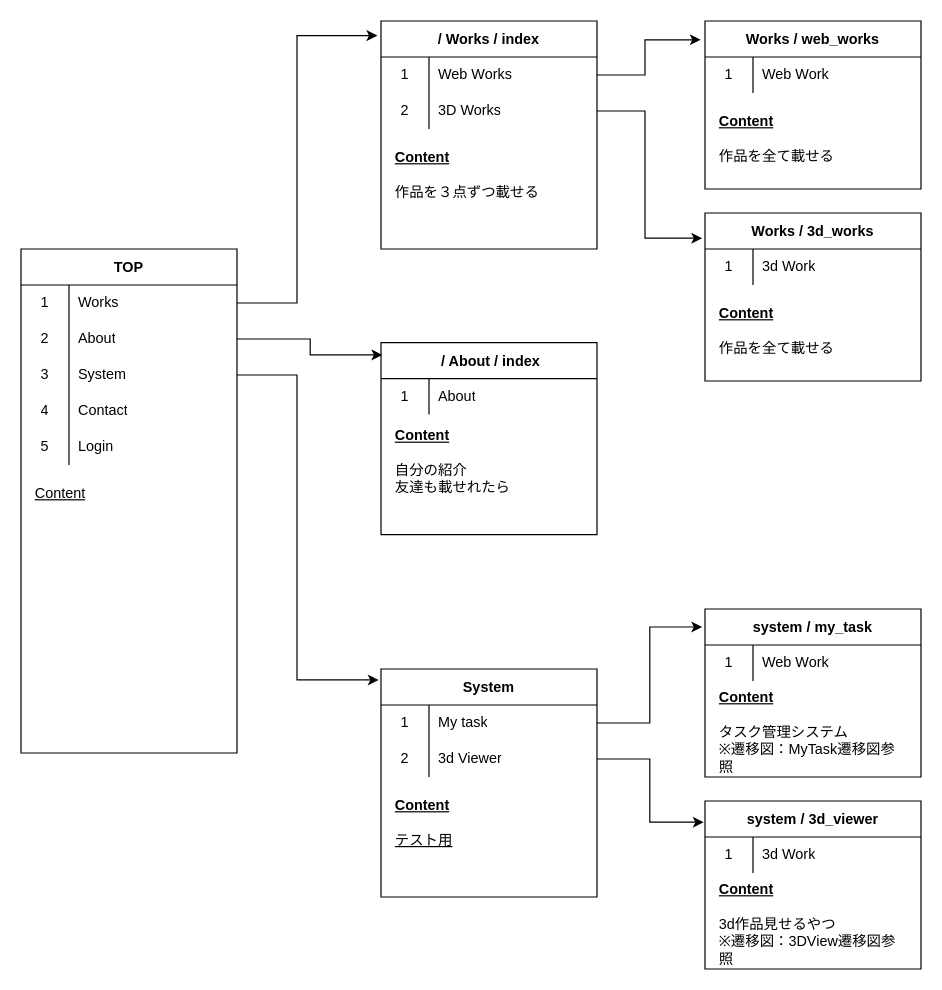
Before: page "遷移図" (2 of 4) of ER図.drawio in yasukawa123/i_will, a draw.io diagram. Source tidied: cells renumbered, new cells numbered last; positions are measured from the earlier drawing's top-left corner, leaving out a move shared by most shapes. Both pictures are drawn from the tidied source at 120%, with x=0, y=0 at pixel (20, 20).
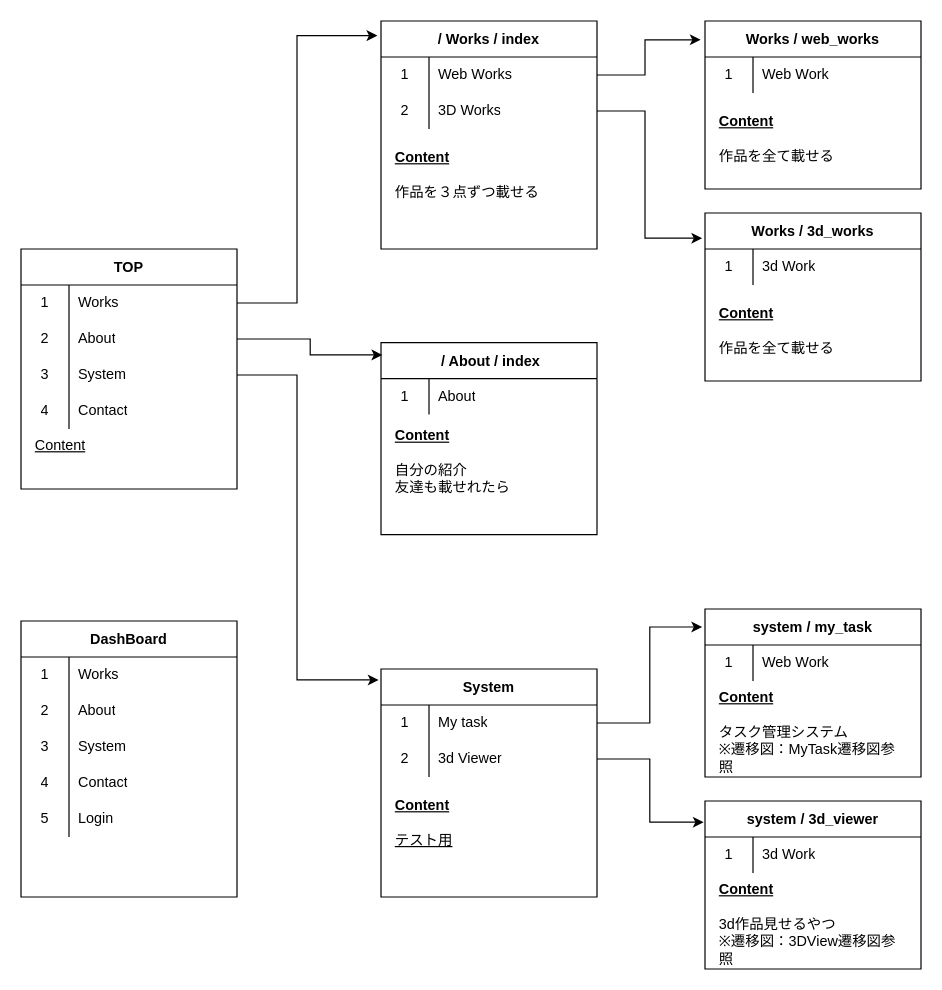
The same diagram, later.

What changed in the source:
```diff
@@
     <mxCell id="2" value="TOP" style="shape=table;startSize=30;childLayout=tableLayout;rowLines=0;fontStyle=1;" parent="1" vertex="1">
-      <mxGeometry y="190" width="180" height="420" as="geometry" />
+      <mxGeometry y="190" width="180" height="200" as="geometry" />
     </mxCell>
@@
-    <mxCell id="15" style="shape=tableRow;horizontal=0;startSize=0;swimlaneHead=0;swimlaneBody=0;top=0;left=0;bottom=0;right=0;fillColor=none;" parent="2" vertex="1">
-      <mxGeometry y="150" width="180" height="30" as="geometry" />
-    </mxCell>
-    <mxCell id="16" value="5" style="shape=partialRectangle;html=1;whiteSpace=wrap;fillColor=none;top=0;left=0;bottom=0;right=0;overflow=hidden;" parent="15" vertex="1">
-      <mxGeometry width="40" height="30" as="geometry" />
-    </mxCell>
-    <mxCell id="17" value="Login" style="shape=partialRectangle;html=1;whiteSpace=wrap;fillColor=none;top=0;left=0;bottom=0;right=0;align=left;spacingLeft=6;overflow=hidden;" parent="15" vertex="1">
-      <mxGeometry x="40" width="140" height="30" as="geometry" />
-    </mxCell>
     <mxCell id="18" value="&lt;u&gt;Content&lt;/u&gt;" style="text;html=1;strokeColor=none;fillColor=none;align=left;verticalAlign=top;whiteSpace=wrap;rounded=0;" parent="1" vertex="1">
-      <mxGeometry x="10" y="380" width="160" height="220" as="geometry" />
+      <mxGeometry x="10" y="340" width="160" height="50" as="geometry" />
     </mxCell>
@@
+    <mxCell id="67" value="DashBoard" style="shape=table;startSize=30;childLayout=tableLayout;rowLines=0;fontStyle=1;" parent="1" vertex="1">
+      <mxGeometry y="500" width="180" height="230" as="geometry" />
+    </mxCell>
+    <mxCell id="68" style="shape=tableRow;horizontal=0;startSize=0;swimlaneHead=0;swimlaneBody=0;top=0;left=0;bottom=0;right=0;fillColor=none;" parent="67" vertex="1">
+      <mxGeometry y="30" width="180" height="30" as="geometry" />
+    </mxCell>
+    <mxCell id="69" value="1" style="shape=partialRectangle;html=1;whiteSpace=wrap;fillColor=none;top=0;left=0;bottom=0;right=0;overflow=hidden;" parent="68" vertex="1">
+      <mxGeometry width="40" height="30" as="geometry" />
+    </mxCell>
+    <mxCell id="70" value="Works" style="shape=partialRectangle;html=1;whiteSpace=wrap;fillColor=none;top=0;left=0;bottom=0;right=0;align=left;spacingLeft=6;overflow=hidden;" parent="68" vertex="1">
+      <mxGeometry x="40" width="140" height="30" as="geometry" />
+    </mxCell>
+    <mxCell id="71" style="shape=tableRow;horizontal=0;startSize=0;swimlaneHead=0;swimlaneBody=0;top=0;left=0;bottom=0;right=0;fillColor=none;" parent="67" vertex="1">
+      <mxGeometry y="60" width="180" height="30" as="geometry" />
+    </mxCell>
+    <mxCell id="72" value="2" style="shape=partialRectangle;html=1;whiteSpace=wrap;fillColor=none;top=0;left=0;bottom=0;right=0;overflow=hidden;" parent="71" vertex="1">
+      <mxGeometry width="40" height="30" as="geometry" />
+    </mxCell>
+    <mxCell id="73" value="About" style="shape=partialRectangle;html=1;whiteSpace=wrap;fillColor=none;top=0;left=0;bottom=0;right=0;align=left;spacingLeft=6;overflow=hidden;" parent="71" vertex="1">
+      <mxGeometry x="40" width="140" height="30" as="geometry" />
+    </mxCell>
+    <mxCell id="74" style="shape=tableRow;horizontal=0;startSize=0;swimlaneHead=0;swimlaneBody=0;top=0;left=0;bottom=0;right=0;fillColor=none;" parent="67" vertex="1">
+      <mxGeometry y="90" width="180" height="30" as="geometry" />
+    </mxCell>
+    <mxCell id="75" value="3" style="shape=partialRectangle;html=1;whiteSpace=wrap;fillColor=none;top=0;left=0;bottom=0;right=0;overflow=hidden;" parent="74" vertex="1">
+      <mxGeometry width="40" height="30" as="geometry" />
+    </mxCell>
+    <mxCell id="76" value="System" style="shape=partialRectangle;html=1;whiteSpace=wrap;fillColor=none;top=0;left=0;bottom=0;right=0;align=left;spacingLeft=6;overflow=hidden;" parent="74" vertex="1">
+      <mxGeometry x="40" width="140" height="30" as="geometry" />
+    </mxCell>
+    <mxCell id="77" style="shape=tableRow;horizontal=0;startSize=0;swimlaneHead=0;swimlaneBody=0;top=0;left=0;bottom=0;right=0;fillColor=none;" parent="67" vertex="1">
+      <mxGeometry y="120" width="180" height="30" as="geometry" />
+    </mxCell>
+    <mxCell id="78" value="4" style="shape=partialRectangle;html=1;whiteSpace=wrap;fillColor=none;top=0;left=0;bottom=0;right=0;overflow=hidden;" parent="77" vertex="1">
+      <mxGeometry width="40" height="30" as="geometry" />
+    </mxCell>
+    <mxCell id="79" value="Contact" style="shape=partialRectangle;html=1;whiteSpace=wrap;fillColor=none;top=0;left=0;bottom=0;right=0;align=left;spacingLeft=6;overflow=hidden;" parent="77" vertex="1">
+      <mxGeometry x="40" width="140" height="30" as="geometry" />
+    </mxCell>
+    <mxCell id="15" style="shape=tableRow;horizontal=0;startSize=0;swimlaneHead=0;swimlaneBody=0;top=0;left=0;bottom=0;right=0;fillColor=none;" parent="67" vertex="1">
+      <mxGeometry y="150" width="180" height="30" as="geometry" />
+    </mxCell>
+    <mxCell id="16" value="5" style="shape=partialRectangle;html=1;whiteSpace=wrap;fillColor=none;top=0;left=0;bottom=0;right=0;overflow=hidden;" parent="15" vertex="1">
+      <mxGeometry width="40" height="30" as="geometry" />
+    </mxCell>
+    <mxCell id="17" value="Login" style="shape=partialRectangle;html=1;whiteSpace=wrap;fillColor=none;top=0;left=0;bottom=0;right=0;align=left;spacingLeft=6;overflow=hidden;" parent="15" vertex="1">
+      <mxGeometry x="40" width="140" height="30" as="geometry" />
+    </mxCell>
```
